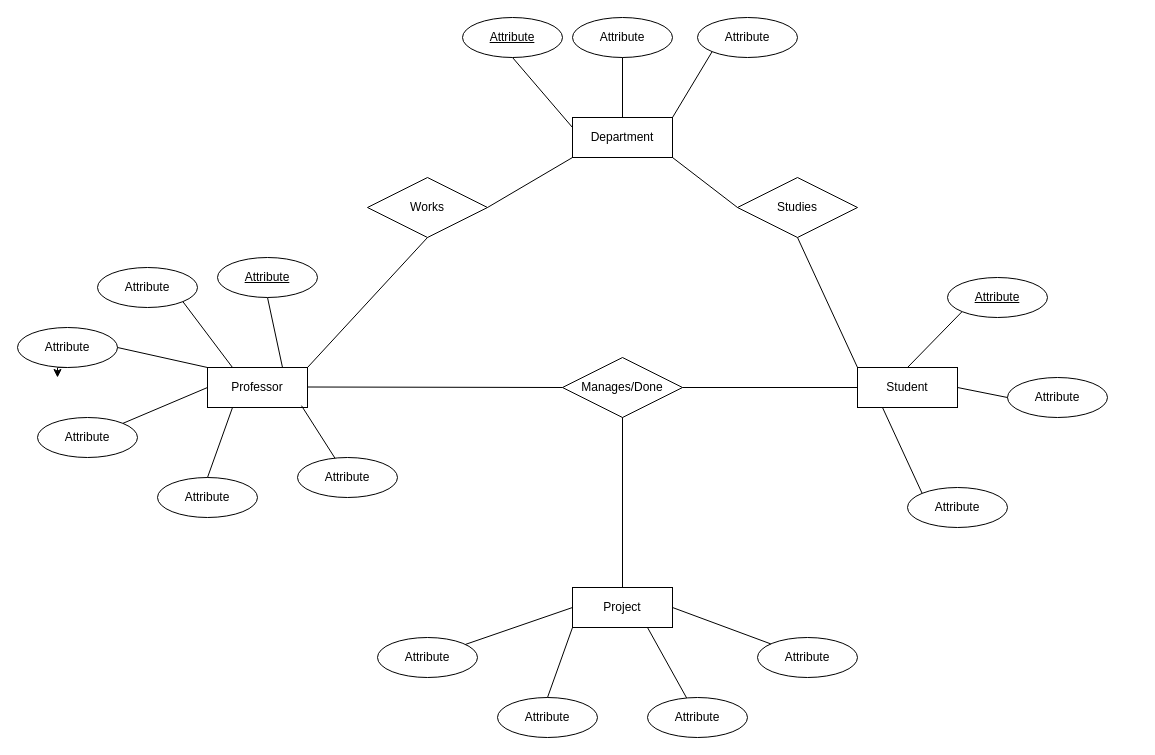
Earlier version of the draw.io diagram University2.drawio (MuraliMK19/Disp). Source tidied: cells renumbered, new cells numbered last; positions are measured from the earlier drawing's top-left corner, leaving out a move shared by most shapes. Both pictures are drawn from the tidied source at 100%, with x=0, y=0 at pixel (17, 17).
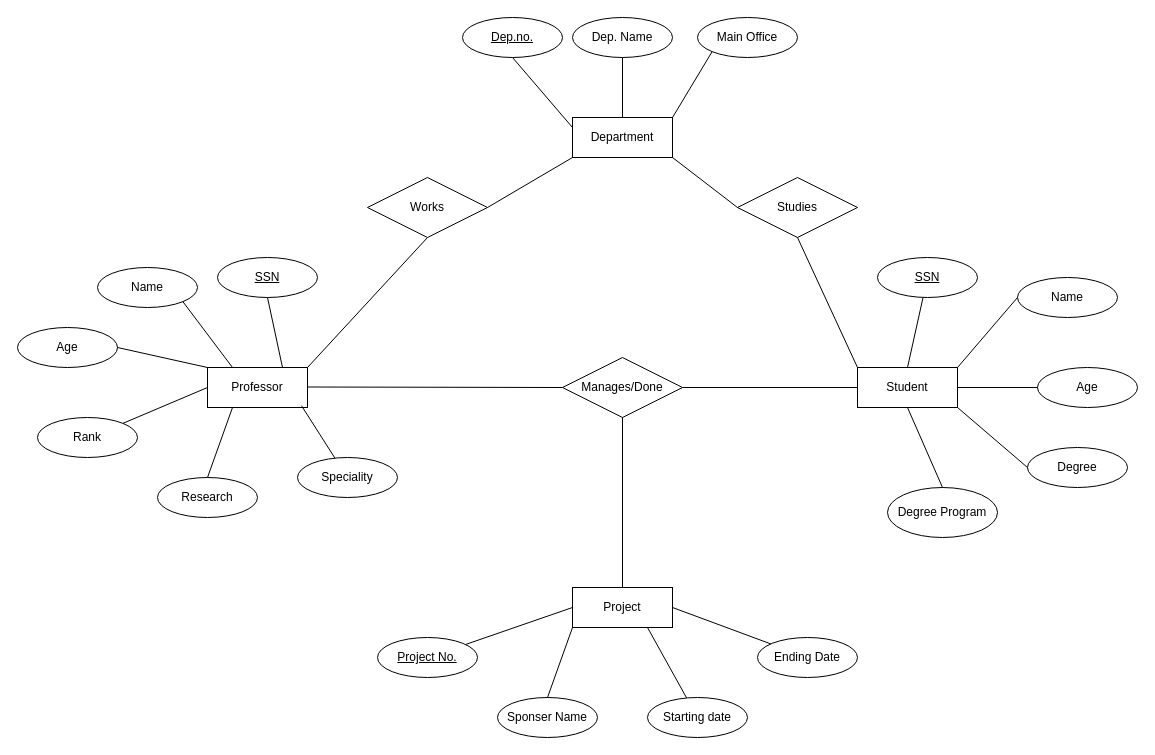
After the change.

Unchanged cells that the change refers to:
```xml
<mxCell id="2" value="Student" style="whiteSpace=wrap;html=1;align=center;" parent="1" vertex="1">
  <mxGeometry x="840" y="350" width="100" height="40" as="geometry" />
</mxCell>
<mxCell id="3" value="Project" style="whiteSpace=wrap;html=1;align=center;" parent="1" vertex="1">
  <mxGeometry x="555" y="570" width="100" height="40" as="geometry" />
</mxCell>
```

Diff of the diagram source:
```diff
@@
-    <mxCell id="14" value="Attribute" style="ellipse;whiteSpace=wrap;html=1;align=center;" parent="1" vertex="1">
+    <mxCell id="14" value="Name" style="ellipse;whiteSpace=wrap;html=1;align=center;" parent="1" vertex="1">
       <mxGeometry x="80" y="250" width="100" height="40" as="geometry" />
     </mxCell>
-    <mxCell id="15" value="Attribute" style="ellipse;whiteSpace=wrap;html=1;align=center;" parent="1" vertex="1">
+    <mxCell id="15" value="Research" style="ellipse;whiteSpace=wrap;html=1;align=center;" parent="1" vertex="1">
       <mxGeometry x="140" y="460" width="100" height="40" as="geometry" />
     </mxCell>
-    <mxCell id="16" value="Attribute" style="ellipse;whiteSpace=wrap;html=1;align=center;" parent="1" vertex="1">
+    <mxCell id="16" value="Speciality" style="ellipse;whiteSpace=wrap;html=1;align=center;" parent="1" vertex="1">
       <mxGeometry x="280" y="440" width="100" height="40" as="geometry" />
     </mxCell>
-    <mxCell id="17" style="edgeStyle=orthogonalEdgeStyle;rounded=0;jettySize=auto;html=1;exitX=0.5;exitY=1;exitDx=0;exitDy=0;" parent="1" edge="1" source="18">
-      <mxGeometry relative="1" as="geometry">
-        <mxPoint x="40" y="360" as="targetPoint" />
-      </mxGeometry>
-    </mxCell>
-    <mxCell id="18" value="Attribute" style="ellipse;whiteSpace=wrap;html=1;align=center;" parent="1" vertex="1">
+    <mxCell id="18" value="Age" style="ellipse;whiteSpace=wrap;html=1;align=center;" parent="1" vertex="1">
       <mxGeometry y="310" width="100" height="40" as="geometry" />
     </mxCell>
-    <mxCell id="19" value="Attribute" style="ellipse;whiteSpace=wrap;html=1;align=center;" parent="1" vertex="1">
+    <mxCell id="19" value="Rank" style="ellipse;whiteSpace=wrap;html=1;align=center;" parent="1" vertex="1">
       <mxGeometry x="20" y="400" width="100" height="40" as="geometry" />
     </mxCell>
-    <mxCell id="20" style="endArrow=none;html=1;rounded=0;entryX=0.5;entryY=0;entryDx=0;entryDy=0;exitX=0;exitY=1;exitDx=0;exitDy=0;" parent="1" edge="1" target="2">
-      <mxGeometry relative="1" as="geometry">
-        <mxPoint x="944.6" y="294.1" as="sourcePoint" />
-      </mxGeometry>
+    <mxCell id="20" style="endArrow=none;html=1;rounded=0;entryX=0.5;entryY=0;entryDx=0;entryDy=0;" parent="1" edge="1" source="48" target="2">
+      <mxGeometry relative="1" as="geometry" />
     </mxCell>
@@
-    <mxCell id="23" value="Attribute" style="ellipse;whiteSpace=wrap;html=1;align=center;" parent="1" vertex="1">
-      <mxGeometry x="890" y="470" width="100" height="40" as="geometry" />
+    <mxCell id="23" value="Degree Program" style="ellipse;whiteSpace=wrap;html=1;align=center;" parent="1" vertex="1">
+      <mxGeometry x="870" y="470" width="110" height="50" as="geometry" />
     </mxCell>
-    <mxCell id="24" value="Attribute" style="ellipse;whiteSpace=wrap;html=1;align=center;" parent="1" vertex="1">
+    <mxCell id="24" value="Dep. Name" style="ellipse;whiteSpace=wrap;html=1;align=center;" parent="1" vertex="1">
       <mxGeometry x="555" width="100" height="40" as="geometry" />
     </mxCell>
-    <mxCell id="25" value="Attribute" style="ellipse;whiteSpace=wrap;html=1;align=center;" parent="1" vertex="1">
+    <mxCell id="25" value="Main Office" style="ellipse;whiteSpace=wrap;html=1;align=center;" parent="1" vertex="1">
       <mxGeometry x="680" width="100" height="40" as="geometry" />
     </mxCell>
-    <mxCell id="26" value="Attribute" style="ellipse;whiteSpace=wrap;html=1;align=center;" parent="1" vertex="1">
-      <mxGeometry x="990" y="360" width="100" height="40" as="geometry" />
+    <mxCell id="26" value="Name" style="ellipse;whiteSpace=wrap;html=1;align=center;" parent="1" vertex="1">
+      <mxGeometry x="1000" y="260" width="100" height="40" as="geometry" />
     </mxCell>
-    <mxCell id="27" value="Attribute" style="ellipse;whiteSpace=wrap;html=1;align=center;" parent="1" vertex="1">
+    <mxCell id="27" value="Ending Date" style="ellipse;whiteSpace=wrap;html=1;align=center;" parent="1" vertex="1">
       <mxGeometry x="740" y="620" width="100" height="40" as="geometry" />
     </mxCell>
-    <mxCell id="28" value="Attribute" style="ellipse;whiteSpace=wrap;html=1;align=center;" parent="1" vertex="1">
+    <mxCell id="28" value="Starting date" style="ellipse;whiteSpace=wrap;html=1;align=center;" parent="1" vertex="1">
       <mxGeometry x="630" y="680" width="100" height="40" as="geometry" />
     </mxCell>
-    <mxCell id="29" value="Attribute" style="ellipse;whiteSpace=wrap;html=1;align=center;" parent="1" vertex="1">
+    <mxCell id="29" value="Sponser Name" style="ellipse;whiteSpace=wrap;html=1;align=center;" parent="1" vertex="1">
       <mxGeometry x="480" y="680" width="100" height="40" as="geometry" />
     </mxCell>
-    <mxCell id="30" value="Attribute" style="ellipse;whiteSpace=wrap;html=1;align=center;" parent="1" vertex="1">
-      <mxGeometry x="360" y="620" width="100" height="40" as="geometry" />
-    </mxCell>
-    <mxCell id="31" style="endArrow=none;html=1;rounded=0;entryX=1;entryY=0.5;entryDx=0;entryDy=0;exitX=0;exitY=0.5;exitDx=0;exitDy=0;" parent="1" edge="1" source="26" target="2">
+    <mxCell id="31" style="endArrow=none;html=1;rounded=0;entryX=1;entryY=0;entryDx=0;entryDy=0;exitX=0;exitY=0.5;exitDx=0;exitDy=0;" parent="1" edge="1" source="26" target="2">
       <mxGeometry relative="1" as="geometry" />
     </mxCell>
@@
-    <mxCell id="35" style="endArrow=none;html=1;rounded=0;entryX=0;entryY=0;entryDx=0;entryDy=0;exitX=0.25;exitY=1;exitDx=0;exitDy=0;" parent="1" edge="1" source="2" target="23">
+    <mxCell id="35" style="endArrow=none;html=1;rounded=0;entryX=0.5;entryY=0;entryDx=0;entryDy=0;exitX=0.5;exitY=1;exitDx=0;exitDy=0;" parent="1" edge="1" source="2" target="23">
       <mxGeometry relative="1" as="geometry" />
     </mxCell>
-    <mxCell id="36" style="endArrow=none;html=1;rounded=0;exitX=0;exitY=0.5;exitDx=0;exitDy=0;" parent="1" edge="1" source="3" target="30">
-      <mxGeometry relative="1" as="geometry" />
+    <mxCell id="36" style="endArrow=none;html=1;rounded=0;exitX=0;exitY=0.5;exitDx=0;exitDy=0;" parent="1" edge="1" source="3">
+      <mxGeometry relative="1" as="geometry">
+        <mxPoint x="448" y="627" as="targetPoint" />
+      </mxGeometry>
     </mxCell>
@@
-    <mxCell id="46" value="Attribute" style="ellipse;whiteSpace=wrap;html=1;align=center;fontStyle=4;" parent="1" vertex="1">
+    <mxCell id="46" value="SSN" style="ellipse;whiteSpace=wrap;html=1;align=center;fontStyle=4;" parent="1" vertex="1">
       <mxGeometry x="200" y="240" width="100" height="40" as="geometry" />
     </mxCell>
-    <mxCell id="47" value="Attribute" style="ellipse;whiteSpace=wrap;html=1;align=center;fontStyle=4;" parent="1" vertex="1">
+    <mxCell id="47" value="Dep.no." style="ellipse;whiteSpace=wrap;html=1;align=center;fontStyle=4;" parent="1" vertex="1">
       <mxGeometry x="445" width="100" height="40" as="geometry" />
     </mxCell>
-    <mxCell id="48" value="Attribute" style="ellipse;whiteSpace=wrap;html=1;align=center;fontStyle=4;" parent="1" vertex="1">
-      <mxGeometry x="930" y="260" width="100" height="40" as="geometry" />
+    <mxCell id="48" value="SSN" style="ellipse;whiteSpace=wrap;html=1;align=center;fontStyle=4;" parent="1" vertex="1">
+      <mxGeometry x="860" y="240" width="100" height="40" as="geometry" />
     </mxCell>
+    <mxCell id="49" value="Degree" style="ellipse;whiteSpace=wrap;html=1;align=center;" parent="1" vertex="1">
+      <mxGeometry x="1010" y="430" width="100" height="40" as="geometry" />
+    </mxCell>
+    <mxCell id="50" value="Age" style="ellipse;whiteSpace=wrap;html=1;align=center;" parent="1" vertex="1">
+      <mxGeometry x="1020" y="350" width="100" height="40" as="geometry" />
+    </mxCell>
+    <mxCell id="51" style="endArrow=none;html=1;rounded=0;entryX=1;entryY=0.5;entryDx=0;entryDy=0;exitX=0;exitY=0.5;exitDx=0;exitDy=0;" parent="1" edge="1" source="50" target="2">
+      <mxGeometry relative="1" as="geometry" />
+    </mxCell>
+    <mxCell id="52" style="endArrow=none;html=1;rounded=0;entryX=1;entryY=1;entryDx=0;entryDy=0;exitX=0;exitY=0.5;exitDx=0;exitDy=0;" parent="1" edge="1" source="49" target="2">
+      <mxGeometry relative="1" as="geometry" />
+    </mxCell>
+    <mxCell id="53" value="Project No." style="ellipse;whiteSpace=wrap;html=1;align=center;fontStyle=4;" parent="1" vertex="1">
+      <mxGeometry x="360" y="620" width="100" height="40" as="geometry" />
+    </mxCell>
```
